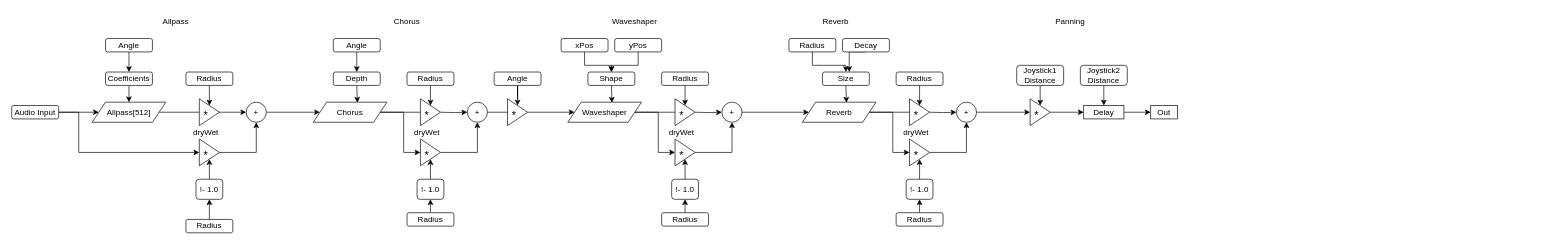
This is Prototype/AudioFlow.drawio from Roel-vGit/CSD2c_Eindopdracht, a draw.io file, before an edit. Source tidied: cells renumbered, new cells numbered last; positions are measured from the earlier drawing's top-left corner, leaving out a move shared by most shapes. Both pictures are drawn from the tidied source at 67%, with x=0, y=0 at pixel (11, 11).
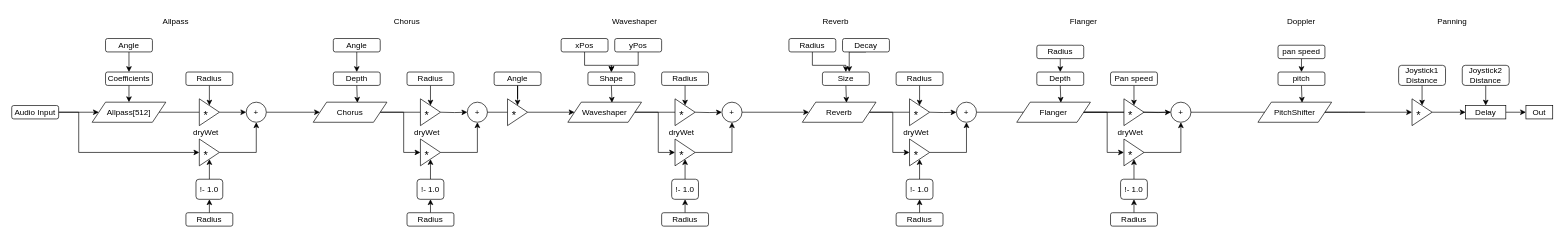
The same page after the edit.

Commit message (it also covers changes not shown here):
updated AudioFlow Diagram

What changed in the source:
```diff
@@
     <mxCell id="2" value="Out" style="rounded=0;whiteSpace=wrap;html=1;" parent="1" vertex="1">
-      <mxGeometry x="1700" y="140" width="40" height="20" as="geometry" />
+      <mxGeometry x="2260" y="140" width="40" height="20" as="geometry" />
     </mxCell>
@@
     <mxCell id="21" value="Radius" style="rounded=1;whiteSpace=wrap;html=1;" parent="1" vertex="1">
-      <mxGeometry x="260" y="310" width="70" height="20" as="geometry" />
+      <mxGeometry x="260" y="300" width="70" height="20" as="geometry" />
     </mxCell>
@@
     <mxCell id="93" value="Panning" style="text;html=1;strokeColor=none;fillColor=none;align=center;verticalAlign=middle;whiteSpace=wrap;rounded=0;" parent="1" vertex="1">
-      <mxGeometry x="1550" width="60" height="30" as="geometry" />
+      <mxGeometry x="2120" width="60" height="30" as="geometry" />
     </mxCell>
@@
     <mxCell id="95" value="&lt;font style=&quot;font-size: 20px;&quot;&gt;&lt;sub&gt;&amp;nbsp;*&lt;/sub&gt;&lt;/font&gt;" style="triangle;whiteSpace=wrap;html=1;align=left;" parent="1" vertex="1">
-      <mxGeometry x="1520" y="130" width="30" height="40" as="geometry" />
+      <mxGeometry x="2090" y="130" width="30" height="40" as="geometry" />
     </mxCell>
@@
     <mxCell id="97" value="Joystick1 Distance" style="rounded=1;whiteSpace=wrap;html=1;" parent="1" vertex="1">
-      <mxGeometry x="1500" y="80" width="70" height="30" as="geometry" />
+      <mxGeometry x="2070" y="80" width="70" height="30" as="geometry" />
     </mxCell>
@@
     <mxCell id="99" value="Delay" style="rounded=0;whiteSpace=wrap;html=1;" parent="1" vertex="1">
-      <mxGeometry x="1600" y="140" width="60" height="20" as="geometry" />
+      <mxGeometry x="2170" y="140" width="60" height="20" as="geometry" />
     </mxCell>
@@
     <mxCell id="101" value="Joystick2 Distance" style="rounded=1;whiteSpace=wrap;html=1;" parent="1" vertex="1">
-      <mxGeometry x="1595" y="80" width="70" height="30" as="geometry" />
+      <mxGeometry x="2165" y="80" width="70" height="30" as="geometry" />
     </mxCell>
@@
+    <mxCell id="106" style="edgeStyle=orthogonalEdgeStyle;rounded=0;jettySize=auto;html=1;exitX=1;exitY=0.5;exitDx=0;exitDy=0;entryX=0;entryY=0.5;entryDx=0;entryDy=0;startArrow=none;" parent="1" edge="1" target="109">
+      <mxGeometry relative="1" as="geometry">
+        <mxPoint x="1690" y="150" as="sourcePoint" />
+      </mxGeometry>
+    </mxCell>
+    <mxCell id="107" style="edgeStyle=orthogonalEdgeStyle;rounded=0;jettySize=auto;html=1;exitX=1;exitY=0.5;exitDx=0;exitDy=0;entryX=0;entryY=0.5;entryDx=0;entryDy=0;" parent="1" edge="1" source="108" target="113">
+      <mxGeometry relative="1" as="geometry" />
+    </mxCell>
+    <mxCell id="108" value="Flanger" style="shape=parallelogram;perimeter=parallelogramPerimeter;whiteSpace=wrap;html=1;fixedSize=1;" parent="1" vertex="1">
+      <mxGeometry x="1500" y="135" width="110" height="30" as="geometry" />
+    </mxCell>
+    <mxCell id="109" value="+" style="ellipse;whiteSpace=wrap;html=1;" parent="1" vertex="1">
+      <mxGeometry x="1730" y="135" width="30" height="30" as="geometry" />
+    </mxCell>
+    <mxCell id="110" style="edgeStyle=orthogonalEdgeStyle;rounded=0;jettySize=auto;html=1;exitX=0.5;exitY=0;exitDx=0;exitDy=0;entryX=0.5;entryY=1;entryDx=0;entryDy=0;" parent="1" edge="1" source="111" target="113">
+      <mxGeometry relative="1" as="geometry" />
+    </mxCell>
+    <mxCell id="111" value="!- 1.0" style="rounded=1;whiteSpace=wrap;html=1;" parent="1" vertex="1">
+      <mxGeometry x="1655" y="250" width="40" height="30" as="geometry" />
+    </mxCell>
+    <mxCell id="112" style="edgeStyle=orthogonalEdgeStyle;rounded=0;jettySize=auto;html=1;exitX=1;exitY=0.5;exitDx=0;exitDy=0;entryX=0.5;entryY=1;entryDx=0;entryDy=0;" parent="1" edge="1" source="113" target="109">
+      <mxGeometry relative="1" as="geometry" />
+    </mxCell>
+    <mxCell id="113" value="&lt;font style=&quot;font-size: 20px;&quot;&gt;&lt;sub&gt;&amp;nbsp;*&lt;/sub&gt;&lt;/font&gt;" style="triangle;whiteSpace=wrap;html=1;align=left;" parent="1" vertex="1">
+      <mxGeometry x="1660" y="190" width="30" height="40" as="geometry" />
+    </mxCell>
+    <mxCell id="114" style="edgeStyle=orthogonalEdgeStyle;rounded=0;jettySize=auto;html=1;exitX=1;exitY=0.5;exitDx=0;exitDy=0;entryX=0;entryY=0.5;entryDx=0;entryDy=0;endArrow=none;" parent="1" edge="1" source="108">
+      <mxGeometry relative="1" as="geometry">
+        <mxPoint x="1660" y="150" as="targetPoint" />
+      </mxGeometry>
+    </mxCell>
+    <mxCell id="115" value="&lt;font style=&quot;font-size: 20px;&quot;&gt;&lt;sub&gt;&amp;nbsp;*&lt;/sub&gt;&lt;/font&gt;" style="triangle;whiteSpace=wrap;html=1;align=left;" parent="1" vertex="1">
+      <mxGeometry x="1660" y="130" width="30" height="40" as="geometry" />
+    </mxCell>
+    <mxCell id="116" style="edgeStyle=orthogonalEdgeStyle;rounded=0;jettySize=auto;html=1;exitX=0.5;exitY=1;exitDx=0;exitDy=0;entryX=0.5;entryY=0;entryDx=0;entryDy=0;" parent="1" edge="1" source="117" target="115">
+      <mxGeometry relative="1" as="geometry" />
+    </mxCell>
+    <mxCell id="117" value="Pan speed" style="rounded=1;whiteSpace=wrap;html=1;" parent="1" vertex="1">
+      <mxGeometry x="1640" y="90" width="70" height="20" as="geometry" />
+    </mxCell>
+    <mxCell id="118" style="edgeStyle=orthogonalEdgeStyle;rounded=0;jettySize=auto;html=1;exitX=0.5;exitY=0;exitDx=0;exitDy=0;entryX=0.5;entryY=1;entryDx=0;entryDy=0;" parent="1" edge="1" source="119" target="111">
+      <mxGeometry relative="1" as="geometry" />
+    </mxCell>
+    <mxCell id="119" value="Radius" style="rounded=1;whiteSpace=wrap;html=1;" parent="1" vertex="1">
+      <mxGeometry x="1640" y="300" width="70" height="20" as="geometry" />
+    </mxCell>
+    <mxCell id="120" style="edgeStyle=orthogonalEdgeStyle;rounded=0;jettySize=auto;html=1;exitX=0.5;exitY=1;exitDx=0;exitDy=0;entryX=0.599;entryY=0.026;entryDx=0;entryDy=0;entryPerimeter=0;" parent="1" edge="1" source="121" target="108">
+      <mxGeometry relative="1" as="geometry" />
+    </mxCell>
+    <mxCell id="121" value="Depth" style="rounded=1;whiteSpace=wrap;html=1;" parent="1" vertex="1">
+      <mxGeometry x="1530" y="90" width="70" height="20" as="geometry" />
+    </mxCell>
+    <mxCell id="122" value="Flanger" style="text;html=1;strokeColor=none;fillColor=none;align=center;verticalAlign=middle;whiteSpace=wrap;rounded=0;" parent="1" vertex="1">
+      <mxGeometry x="1570" width="60" height="30" as="geometry" />
+    </mxCell>
+    <mxCell id="123" value="dryWet" style="text;html=1;strokeColor=none;fillColor=none;align=center;verticalAlign=middle;whiteSpace=wrap;rounded=0;" parent="1" vertex="1">
+      <mxGeometry x="1640" y="165" width="60" height="30" as="geometry" />
+    </mxCell>
+    <mxCell id="124" style="edgeStyle=orthogonalEdgeStyle;rounded=0;jettySize=auto;html=1;exitX=0.5;exitY=1;exitDx=0;exitDy=0;entryX=0.5;entryY=0;entryDx=0;entryDy=0;" parent="1" edge="1" source="125" target="121">
+      <mxGeometry relative="1" as="geometry" />
+    </mxCell>
+    <mxCell id="125" value="Radius" style="rounded=1;whiteSpace=wrap;html=1;" parent="1" vertex="1">
+      <mxGeometry x="1530" y="50" width="70" height="20" as="geometry" />
+    </mxCell>
+    <mxCell id="126" value="PitchShifter" style="shape=parallelogram;perimeter=parallelogramPerimeter;whiteSpace=wrap;html=1;fixedSize=1;" parent="1" vertex="1">
+      <mxGeometry x="1860" y="135" width="110" height="30" as="geometry" />
+    </mxCell>
+    <mxCell id="127" style="edgeStyle=orthogonalEdgeStyle;rounded=0;jettySize=auto;html=1;exitX=1;exitY=0.5;exitDx=0;exitDy=0;entryX=0;entryY=0.5;entryDx=0;entryDy=0;endArrow=none;" parent="1" edge="1" source="126">
+      <mxGeometry relative="1" as="geometry">
+        <mxPoint x="2020" y="150" as="targetPoint" />
+      </mxGeometry>
+    </mxCell>
+    <mxCell id="128" style="edgeStyle=orthogonalEdgeStyle;rounded=0;jettySize=auto;html=1;exitX=0.5;exitY=1;exitDx=0;exitDy=0;entryX=0.599;entryY=0.026;entryDx=0;entryDy=0;entryPerimeter=0;" parent="1" edge="1" source="129" target="126">
+      <mxGeometry relative="1" as="geometry" />
+    </mxCell>
+    <mxCell id="129" value="pitch" style="rounded=1;whiteSpace=wrap;html=1;" parent="1" vertex="1">
+      <mxGeometry x="1890" y="90" width="70" height="20" as="geometry" />
+    </mxCell>
+    <mxCell id="130" value="Doppler" style="text;html=1;strokeColor=none;fillColor=none;align=center;verticalAlign=middle;whiteSpace=wrap;rounded=0;" parent="1" vertex="1">
+      <mxGeometry x="1895" width="60" height="30" as="geometry" />
+    </mxCell>
+    <mxCell id="131" style="edgeStyle=orthogonalEdgeStyle;rounded=0;jettySize=auto;html=1;exitX=0.5;exitY=1;exitDx=0;exitDy=0;entryX=0.5;entryY=0;entryDx=0;entryDy=0;" parent="1" edge="1" source="132" target="129">
+      <mxGeometry relative="1" as="geometry" />
+    </mxCell>
+    <mxCell id="132" value="pan speed" style="rounded=1;whiteSpace=wrap;html=1;" parent="1" vertex="1">
+      <mxGeometry x="1890" y="50" width="70" height="20" as="geometry" />
+    </mxCell>
```
